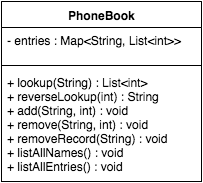
jleczner/HoldingObjectsLab keeps this draw.io diagram as PhoneBook.png. Above is the earlier version. Source tidied: cells renumbered, new cells last; positions are measured from the earlier drawing's top-left corner, leaving out a move shared by most shapes.
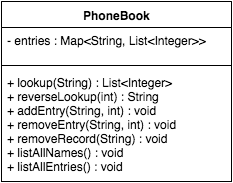
Above is the later version.

Commit message:
updated UML, added stubs

Diff of the diagram source:
```diff
@@ -3,16 +3,16 @@
     <mxCell id="0" />
     <mxCell id="1" parent="0" />
     <mxCell id="2" value="PhoneBook" style="swimlane;html=1;fontStyle=1;align=center;verticalAlign=top;horizontal=1;startSize=26;swimlaneFillColor=#ffffff;" parent="1" vertex="1">
-      <mxGeometry width="200" height="180" as="geometry" />
+      <mxGeometry width="230" height="180" as="geometry" />
     </mxCell>
-    <mxCell id="3" value="- entries : Map&amp;lt;String, List&amp;lt;int&amp;gt;&amp;gt;" style="text;html=1;strokeColor=none;fillColor=none;align=left;verticalAlign=top;spacingLeft=4;spacingRight=4;whiteSpace=wrap;overflow=hidden;" parent="2" vertex="1">
-      <mxGeometry y="26" width="200" height="34" as="geometry" />
+    <mxCell id="3" value="- entries : Map&amp;lt;String, List&amp;lt;Integer&amp;gt;&amp;gt;" style="text;html=1;strokeColor=none;fillColor=none;align=left;verticalAlign=top;spacingLeft=4;spacingRight=4;whiteSpace=wrap;overflow=hidden;" parent="2" vertex="1">
+      <mxGeometry y="26" width="230" height="34" as="geometry" />
     </mxCell>
     <mxCell id="4" style="line;html=1;strokeWidth=1;fillColor=none;align=left;verticalAlign=middle;spacingTop=-1;spacingLeft=3;spacingRight=3;labelPosition=right;" parent="2" vertex="1">
-      <mxGeometry y="60" width="200" height="8" as="geometry" />
+      <mxGeometry y="60" width="230" height="8" as="geometry" />
     </mxCell>
-    <mxCell id="5" value="+ lookup(String) : List&amp;lt;int&amp;gt;&lt;div&gt;+ reverseLookup(int) : String&lt;br&gt;&lt;div&gt;+ add(String, int) : void&lt;/div&gt;&lt;div&gt;+ remove(String, int) : void&lt;/div&gt;&lt;div&gt;+ removeRecord(String) : void&lt;/div&gt;&lt;div&gt;+ listAllNames() : void&lt;/div&gt;&lt;div&gt;+ listAllEntries() : void&lt;/div&gt;&lt;/div&gt;" style="text;html=1;strokeColor=none;fillColor=none;align=left;verticalAlign=top;spacingLeft=4;spacingRight=4;whiteSpace=wrap;overflow=hidden;" parent="2" vertex="1">
-      <mxGeometry y="68" width="200" height="102" as="geometry" />
+    <mxCell id="5" value="+ lookup(String) : List&amp;lt;Integer&amp;gt;&lt;div&gt;+ reverseLookup(int) : String&lt;br&gt;&lt;div&gt;+ addEntry(String, int) : void&lt;/div&gt;&lt;div&gt;+ removeEntry(String, int) : void&lt;/div&gt;&lt;div&gt;+ removeRecord(String) : void&lt;/div&gt;&lt;div&gt;+ listAllNames() : void&lt;/div&gt;&lt;div&gt;+ listAllEntries() : void&lt;/div&gt;&lt;/div&gt;" style="text;html=1;strokeColor=none;fillColor=none;align=left;verticalAlign=top;spacingLeft=4;spacingRight=4;whiteSpace=wrap;overflow=hidden;" parent="2" vertex="1">
+      <mxGeometry y="68" width="230" height="102" as="geometry" />
     </mxCell>
   </root>
 </mxGraphModel>
```
